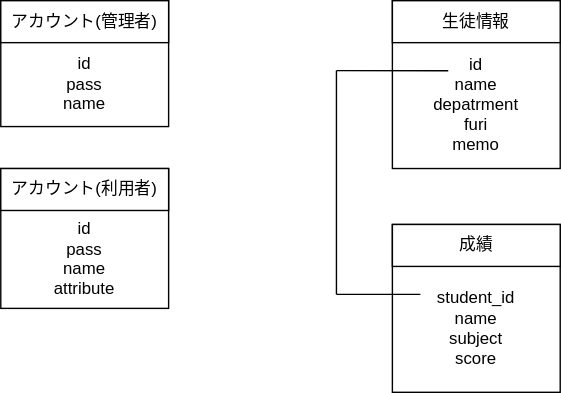
Above: b.drawio.svg in nakamachiJP/uml-introduction (draw.io), before the change. Source tidied: cells renumbered, new cells last; positions are measured from the earlier drawing's top-left corner, leaving out a move shared by most shapes. Source of this version:
```xml
<mxGraphModel>
  <root>
    <mxCell id="0" />
    <mxCell id="1" parent="0" />
    <mxCell id="2" value="&lt;br&gt;&lt;br&gt;id&lt;br&gt;pass&lt;br&gt;name" style="rounded=0;whiteSpace=wrap;html=1;" parent="1" vertex="1">
      <mxGeometry width="120" height="90" as="geometry" />
    </mxCell>
    <mxCell id="3" value="アカウント(管理者)" style="rounded=0;whiteSpace=wrap;html=1;" parent="1" vertex="1">
      <mxGeometry width="120" height="30" as="geometry" />
    </mxCell>
    <mxCell id="4" value="&lt;br&gt;&lt;br&gt;id&lt;br&gt;pass&lt;br&gt;name&lt;br&gt;attribute" style="rounded=0;whiteSpace=wrap;html=1;" parent="1" vertex="1">
      <mxGeometry y="120" width="120" height="100" as="geometry" />
    </mxCell>
    <mxCell id="5" value="アカウント(利用者)" style="rounded=0;whiteSpace=wrap;html=1;" parent="1" vertex="1">
      <mxGeometry y="120" width="120" height="30" as="geometry" />
    </mxCell>
    <mxCell id="6" value="&lt;br&gt;&lt;br&gt;id&lt;br&gt;name&lt;br&gt;depatrment&lt;br&gt;furi&lt;br&gt;memo" style="rounded=0;whiteSpace=wrap;html=1;" parent="1" vertex="1">
      <mxGeometry x="280" width="120" height="120" as="geometry" />
    </mxCell>
    <mxCell id="7" value="生徒情報" style="rounded=0;whiteSpace=wrap;html=1;" parent="1" vertex="1">
      <mxGeometry x="280" width="120" height="30" as="geometry" />
    </mxCell>
    <mxCell id="8" value="&lt;br&gt;&lt;br&gt;student_id&lt;br&gt;name&lt;br&gt;subject&lt;br&gt;score" style="rounded=0;whiteSpace=wrap;html=1;" parent="1" vertex="1">
      <mxGeometry x="280" y="160" width="120" height="120" as="geometry" />
    </mxCell>
    <mxCell id="9" value="成績" style="rounded=0;whiteSpace=wrap;html=1;" parent="1" vertex="1">
      <mxGeometry x="280" y="160" width="120" height="30" as="geometry" />
    </mxCell>
    <mxCell id="10" style="endArrow=none;html=1;entryX=0.333;entryY=0.417;entryDx=0;entryDy=0;entryPerimeter=0;" parent="1" edge="1" target="6">
      <mxGeometry relative="1" as="geometry">
        <mxPoint x="240" y="50" as="sourcePoint" />
      </mxGeometry>
    </mxCell>
    <mxCell id="11" style="endArrow=none;html=1;" parent="1" edge="1">
      <mxGeometry relative="1" as="geometry">
        <mxPoint x="240" y="210" as="sourcePoint" />
        <mxPoint x="240" y="50" as="targetPoint" />
      </mxGeometry>
    </mxCell>
    <mxCell id="12" style="endArrow=none;html=1;" parent="1" edge="1">
      <mxGeometry relative="1" as="geometry">
        <mxPoint x="240" y="210" as="sourcePoint" />
        <mxPoint x="300" y="210" as="targetPoint" />
      </mxGeometry>
    </mxCell>
  </root>
</mxGraphModel>
```
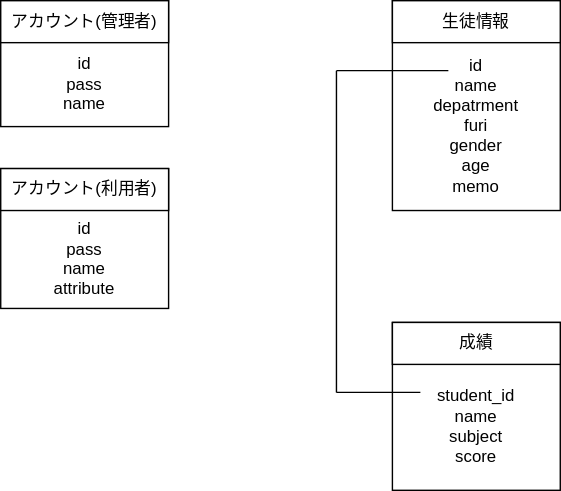
After the commit.

Diff of the diagram source:
```diff
@@ -14,33 +14,34 @@
     <mxCell id="5" value="アカウント(利用者)" style="rounded=0;whiteSpace=wrap;html=1;" parent="1" vertex="1">
       <mxGeometry y="120" width="120" height="30" as="geometry" />
     </mxCell>
-    <mxCell id="6" value="&lt;br&gt;&lt;br&gt;id&lt;br&gt;name&lt;br&gt;depatrment&lt;br&gt;furi&lt;br&gt;memo" style="rounded=0;whiteSpace=wrap;html=1;" parent="1" vertex="1">
-      <mxGeometry x="280" width="120" height="120" as="geometry" />
+    <mxCell id="6" value="&lt;br&gt;&lt;br&gt;id&lt;br&gt;name&lt;br&gt;depatrment&lt;br&gt;furi&lt;br&gt;gender&lt;br&gt;age&lt;br&gt;memo" style="rounded=0;whiteSpace=wrap;html=1;" parent="1" vertex="1">
+      <mxGeometry x="280" width="120" height="150" as="geometry" />
     </mxCell>
     <mxCell id="7" value="生徒情報" style="rounded=0;whiteSpace=wrap;html=1;" parent="1" vertex="1">
       <mxGeometry x="280" width="120" height="30" as="geometry" />
     </mxCell>
     <mxCell id="8" value="&lt;br&gt;&lt;br&gt;student_id&lt;br&gt;name&lt;br&gt;subject&lt;br&gt;score" style="rounded=0;whiteSpace=wrap;html=1;" parent="1" vertex="1">
-      <mxGeometry x="280" y="160" width="120" height="120" as="geometry" />
+      <mxGeometry x="280" y="230" width="120" height="120" as="geometry" />
     </mxCell>
     <mxCell id="9" value="成績" style="rounded=0;whiteSpace=wrap;html=1;" parent="1" vertex="1">
-      <mxGeometry x="280" y="160" width="120" height="30" as="geometry" />
+      <mxGeometry x="280" y="230" width="120" height="30" as="geometry" />
     </mxCell>
-    <mxCell id="10" style="endArrow=none;html=1;entryX=0.333;entryY=0.417;entryDx=0;entryDy=0;entryPerimeter=0;" parent="1" edge="1" target="6">
+    <mxCell id="10" style="endArrow=none;html=1;" parent="1" edge="1">
       <mxGeometry relative="1" as="geometry">
         <mxPoint x="240" y="50" as="sourcePoint" />
+        <mxPoint x="320" y="50" as="targetPoint" />
       </mxGeometry>
     </mxCell>
     <mxCell id="11" style="endArrow=none;html=1;" parent="1" edge="1">
       <mxGeometry relative="1" as="geometry">
-        <mxPoint x="240" y="210" as="sourcePoint" />
+        <mxPoint x="240" y="280" as="sourcePoint" />
         <mxPoint x="240" y="50" as="targetPoint" />
       </mxGeometry>
     </mxCell>
     <mxCell id="12" style="endArrow=none;html=1;" parent="1" edge="1">
       <mxGeometry relative="1" as="geometry">
-        <mxPoint x="240" y="210" as="sourcePoint" />
-        <mxPoint x="300" y="210" as="targetPoint" />
+        <mxPoint x="240" y="280" as="sourcePoint" />
+        <mxPoint x="300" y="280" as="targetPoint" />
       </mxGeometry>
     </mxCell>
   </root>
```
